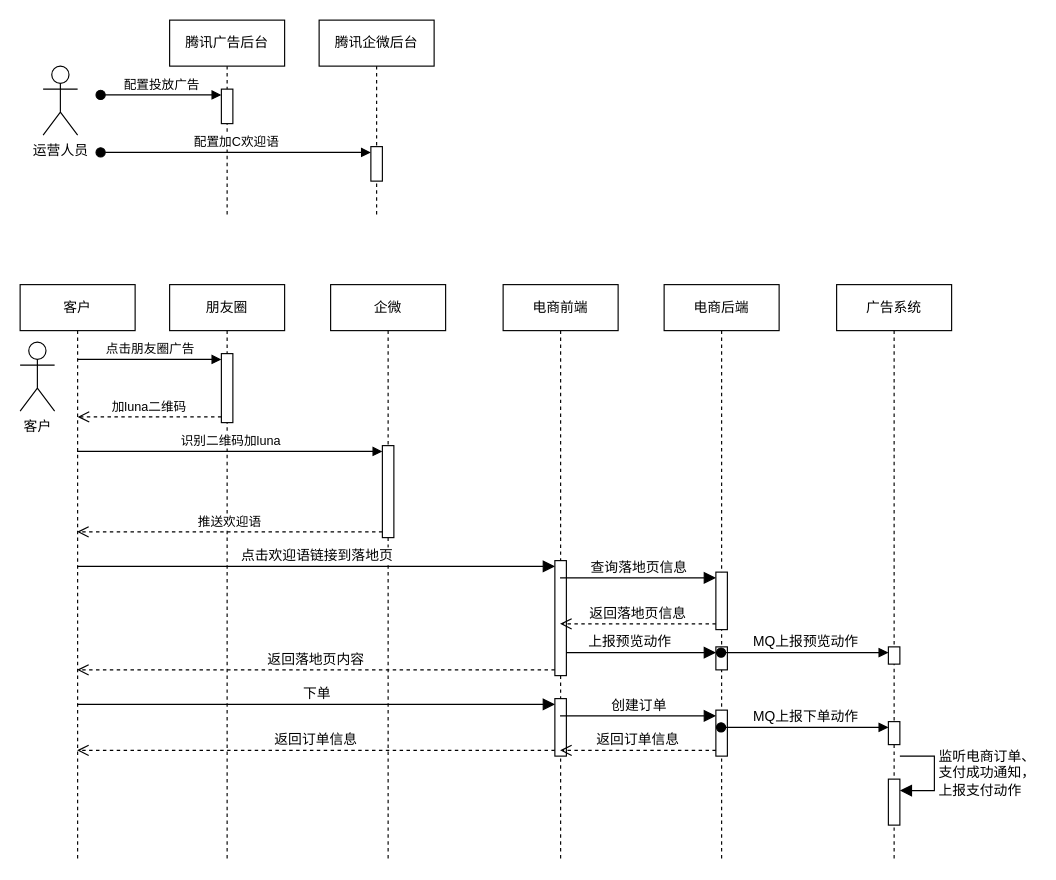
y13513867074/draw keeps this draw.io diagram as page "腾讯广告加C投放归因" (13 of 13) of src/draw/广告投放系统.drawio. Above is the earlier version. Source tidied: cells renumbered, new cells numbered last; positions are measured from the earlier drawing's top-left corner, leaving out a move shared by most shapes. Both pictures are drawn from the tidied source at 115%, with x=0, y=0 at pixel (20, 20).
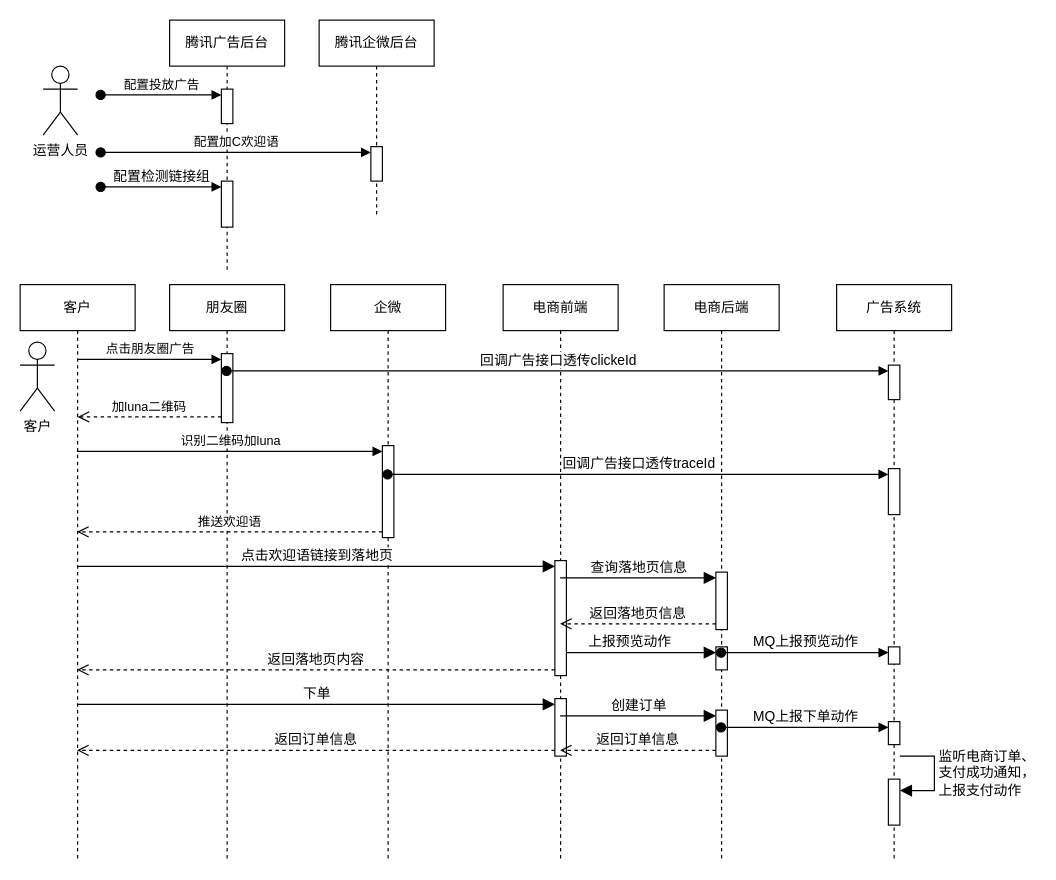
After the change.

Commit message:
更新广告投放系统.drawio

Unchanged cells that the change refers to:
```xml
<mxCell id="9" value="朋友圈" style="shape=umlLifeline;perimeter=lifelinePerimeter;whiteSpace=wrap;html=1;outlineConnect=0;portConstraint=eastwest;newEdgeStyle={&quot;curved&quot;:0,&quot;rounded&quot;:0};" parent="1" vertex="1">
  <mxGeometry x="130" y="230" width="100" height="500" as="geometry" />
</mxCell>
<mxCell id="13" value="企微" style="shape=umlLifeline;perimeter=lifelinePerimeter;whiteSpace=wrap;html=1;outlineConnect=0;portConstraint=eastwest;newEdgeStyle={&quot;curved&quot;:0,&quot;rounded&quot;:0};" parent="1" vertex="1">
  <mxGeometry x="270" y="230" width="100" height="500" as="geometry" />
</mxCell>
<mxCell id="22" value="广告系统" style="shape=umlLifeline;perimeter=lifelinePerimeter;whiteSpace=wrap;html=1;newEdgeStyle={&quot;curved&quot;:0,&quot;rounded&quot;:0};" parent="1" vertex="1">
  <mxGeometry x="710" y="230" width="100" height="500" as="geometry" />
</mxCell>
```

Diff of the diagram source:
```diff
@@
     <mxCell id="2" value="腾讯广告后台" style="shape=umlLifeline;perimeter=lifelinePerimeter;whiteSpace=wrap;html=1;newEdgeStyle={&quot;curved&quot;:0,&quot;rounded&quot;:0};" parent="1" vertex="1">
-      <mxGeometry x="130" width="100" height="170" as="geometry" />
+      <mxGeometry x="130" width="100" height="220" as="geometry" />
     </mxCell>
@@
+    <mxCell id="43" style="html=1;points=[[0,0,0,0,5],[0,1,0,0,-5],[1,0,0,0,5],[1,1,0,0,-5]];perimeter=orthogonalPerimeter;outlineConnect=0;targetShapes=umlLifeline;portConstraint=eastwest;newEdgeStyle={&quot;curved&quot;:0,&quot;rounded&quot;:0};" parent="2" vertex="1">
+      <mxGeometry x="45" y="140" width="10" height="40" as="geometry" />
+    </mxCell>
+    <mxCell id="44" value="配置检测链接组" style="html=1;verticalAlign=bottom;startArrow=oval;endArrow=block;startSize=8;curved=0;rounded=0;entryX=0;entryY=0;entryDx=0;entryDy=5;fontSize=12;" parent="2" edge="1" target="43">
+      <mxGeometry relative="1" as="geometry">
+        <mxPoint x="-60" y="145" as="sourcePoint" />
+      </mxGeometry>
+    </mxCell>
@@
+    <mxCell id="45" style="html=1;points=[[0,0,0,0,5],[0,1,0,0,-5],[1,0,0,0,5],[1,1,0,0,-5]];perimeter=orthogonalPerimeter;outlineConnect=0;targetShapes=umlLifeline;portConstraint=eastwest;newEdgeStyle={&quot;curved&quot;:0,&quot;rounded&quot;:0};" parent="22" vertex="1">
+      <mxGeometry x="45" y="70" width="10" height="30" as="geometry" />
+    </mxCell>
+    <mxCell id="46" style="html=1;points=[[0,0,0,0,5],[0,1,0,0,-5],[1,0,0,0,5],[1,1,0,0,-5]];perimeter=orthogonalPerimeter;outlineConnect=0;targetShapes=umlLifeline;portConstraint=eastwest;newEdgeStyle={&quot;curved&quot;:0,&quot;rounded&quot;:0};" parent="22" vertex="1">
+      <mxGeometry x="45" y="160" width="10" height="40" as="geometry" />
+    </mxCell>
@@
+    <mxCell id="47" value="回调广告接口透传clickeId" style="html=1;verticalAlign=bottom;startArrow=oval;endArrow=block;startSize=8;curved=0;rounded=0;entryX=0;entryY=0;entryDx=0;entryDy=5;fontSize=12;" parent="1" edge="1" source="9" target="45">
+      <mxGeometry relative="1" as="geometry" />
+    </mxCell>
+    <mxCell id="48" value="回调广告接口透传traceId" style="html=1;verticalAlign=bottom;startArrow=oval;endArrow=block;startSize=8;curved=0;rounded=0;entryX=0;entryY=0;entryDx=0;entryDy=5;fontSize=12;" parent="1" edge="1" source="13" target="46">
+      <mxGeometry relative="1" as="geometry" />
+    </mxCell>
```
